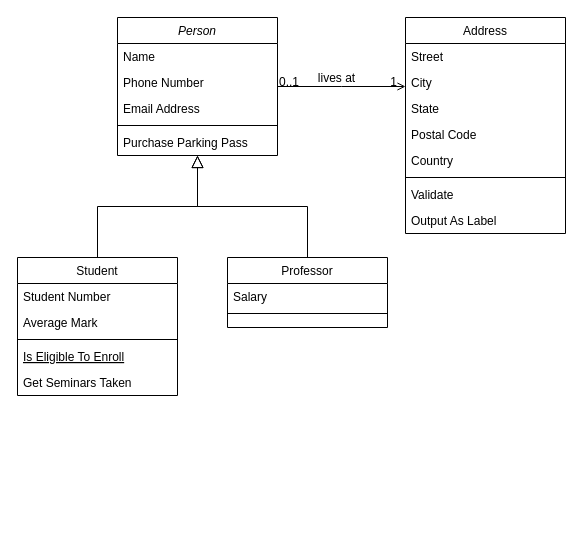
Earlier version of the draw.io diagram Untitled Diagram.drawio (liu7015463/diagrams). Source tidied: cells renumbered, new cells numbered last; positions are measured from the earlier drawing's top-left corner, leaving out a move shared by most shapes. Both pictures are drawn from the tidied source at 100%, with x=0, y=0 at pixel (17, 17).
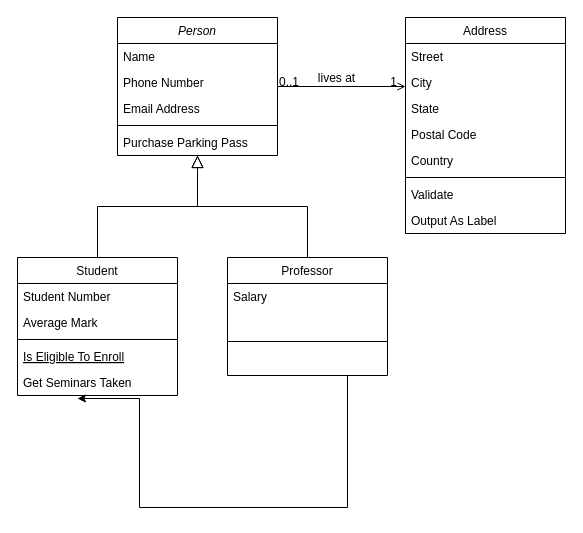
Above is the later version.

Change to the diagram source:
```diff
@@
+    <mxCell id="32" style="edgeStyle=orthogonalEdgeStyle;rounded=0;jettySize=auto;html=1;exitX=0.75;exitY=1;exitDx=0;exitDy=0;" parent="1" edge="1" source="15">
+      <mxGeometry relative="1" as="geometry">
+        <mxPoint x="60" y="381" as="targetPoint" />
+        <Array as="points">
+          <mxPoint x="330" y="490" />
+          <mxPoint x="122" y="490" />
+        </Array>
+      </mxGeometry>
+    </mxCell>
     <mxCell id="15" value="Professor" style="swimlane;fontStyle=0;align=center;verticalAlign=top;horizontal=1;startSize=26;rounded=0;shadow=0;strokeWidth=1;" parent="1" vertex="1">
-      <mxGeometry x="210" y="240" width="160" height="70" as="geometry" />
+      <mxGeometry x="210" y="240" width="160" height="118" as="geometry" />
     </mxCell>
     <mxCell id="16" value="Salary" style="text;align=left;verticalAlign=top;spacingLeft=4;spacingRight=4;overflow=hidden;" parent="15" vertex="1">
-      <mxGeometry y="26" width="160" height="26" as="geometry" />
+      <mxGeometry y="26" width="160" height="54" as="geometry" />
     </mxCell>
     <mxCell id="17" style="line;html=1;strokeWidth=1;align=left;verticalAlign=middle;spacingTop=-1;spacingLeft=3;spacingRight=3;labelPosition=right;" parent="15" vertex="1">
-      <mxGeometry y="52" width="160" height="8" as="geometry" />
+      <mxGeometry y="80" width="160" height="8" as="geometry" />
     </mxCell>
```
